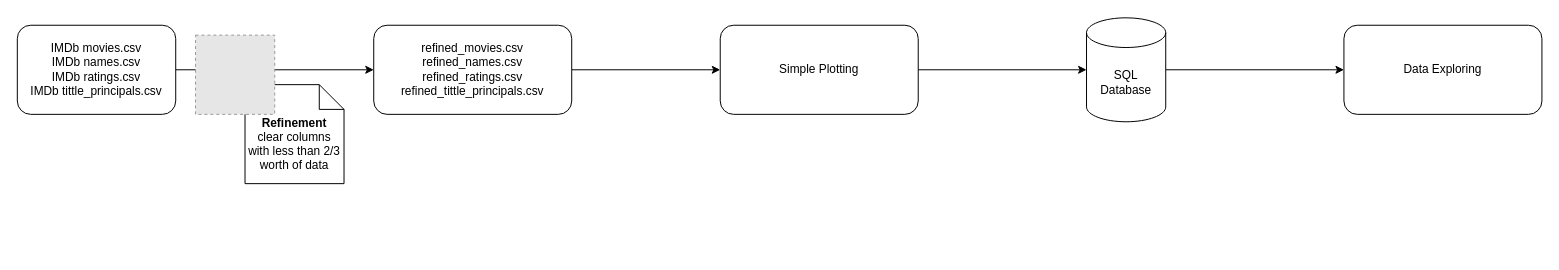
Before: pipeline.drawio in goncaloacteixeira/feup-pri, a draw.io diagram. Source tidied: cells renumbered, new cells numbered last; positions are measured from the earlier drawing's top-left corner, leaving out a move shared by most shapes. Both pictures are drawn from the tidied source at 99%, with x=0, y=0 at pixel (17, 17). Pictures stored in the file or linked from it are replaced by grey dashed boxes.
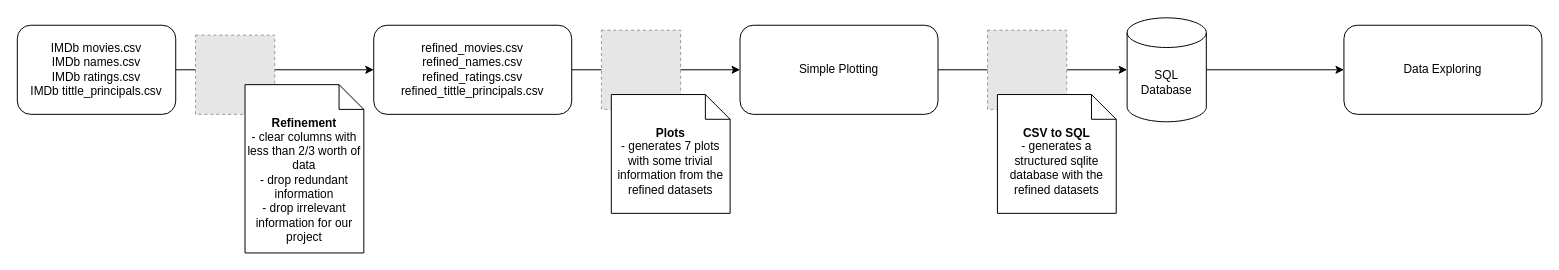
The same page after the edit.

Commit message (it also covers changes not shown here):
added database and pipeline images

Change to the diagram source:
```diff
@@
 <mxGraphModel>
   <root>
     <mxCell id="0" />
     <mxCell id="1" parent="0" />
     <mxCell id="2" style="edgeStyle=orthogonalEdgeStyle;rounded=0;jettySize=auto;html=1;entryX=0;entryY=0.5;entryDx=0;entryDy=0;" parent="1" edge="1" source="3" target="7">
       <mxGeometry relative="1" as="geometry" />
     </mxCell>
     <mxCell id="3" value="IMDb movies.csv&lt;br&gt;IMDb names.csv&lt;br&gt;IMDb ratings.csv&lt;br&gt;IMDb tittle_principals.csv" style="rounded=1;whiteSpace=wrap;html=1;" parent="1" vertex="1">
       <mxGeometry y="8" width="160" height="90" as="geometry" />
     </mxCell>
-    <mxCell id="4" value="&lt;b&gt;Refinement&lt;br&gt;&lt;/b&gt;clear columns with less than 2/3 worth of data" style="shape=note2;boundedLbl=1;whiteSpace=wrap;html=1;size=25;verticalAlign=top;align=center;" parent="1" vertex="1">
-      <mxGeometry x="230" y="68" width="100" height="100" as="geometry" />
-    </mxCell>
     <mxCell id="5" style="fillColor=#E6E6E6;strokeColor=#999999;dashed=1;html=1;verticalAlign=top;verticalLabelPosition=bottom;labelBackgroundColor=#ffffff;" parent="1" vertex="1">
       <mxGeometry x="180" y="18" width="80" height="80" as="geometry" />
     </mxCell>
     <mxCell id="6" style="edgeStyle=orthogonalEdgeStyle;rounded=0;jettySize=auto;html=1;entryX=0;entryY=0.5;entryDx=0;entryDy=0;" parent="1" edge="1" source="7" target="9">
       <mxGeometry relative="1" as="geometry" />
     </mxCell>
     <mxCell id="7" value="refined_movies.csv&lt;br&gt;refined_names.csv&lt;br&gt;refined_ratings.csv&lt;br&gt;refined_tittle_principals.csv" style="rounded=1;whiteSpace=wrap;html=1;" parent="1" vertex="1">
       <mxGeometry x="360" y="8" width="200" height="90" as="geometry" />
     </mxCell>
-    <mxCell id="8" style="edgeStyle=orthogonalEdgeStyle;rounded=0;jettySize=auto;html=1;entryX=0;entryY=0.5;entryDx=0;entryDy=0;entryPerimeter=0;" parent="1" edge="1" source="9" target="11">
+    <mxCell id="8" style="edgeStyle=orthogonalEdgeStyle;rounded=0;jettySize=auto;html=1;entryX=0;entryY=0.5;entryDx=0;entryDy=0;entryPerimeter=0;startArrow=none;" parent="1" edge="1" source="13" target="11">
       <mxGeometry relative="1" as="geometry" />
     </mxCell>
     <mxCell id="9" value="Simple Plotting" style="rounded=1;whiteSpace=wrap;html=1;" parent="1" vertex="1">
-      <mxGeometry x="710" y="8" width="200" height="90" as="geometry" />
+      <mxGeometry x="730" y="8" width="200" height="90" as="geometry" />
     </mxCell>
     <mxCell id="10" style="edgeStyle=orthogonalEdgeStyle;rounded=0;jettySize=auto;html=1;entryX=0;entryY=0.5;entryDx=0;entryDy=0;" parent="1" edge="1" source="11" target="12">
       <mxGeometry relative="1" as="geometry" />
     </mxCell>
     <mxCell id="11" value="SQL Database" style="shape=cylinder3;whiteSpace=wrap;html=1;boundedLbl=1;backgroundOutline=1;size=15;" parent="1" vertex="1">
-      <mxGeometry x="1080" y="0.5" width="80" height="105" as="geometry" />
+      <mxGeometry x="1121" y="0.5" width="80" height="105" as="geometry" />
     </mxCell>
     <mxCell id="12" value="Data Exploring" style="rounded=1;whiteSpace=wrap;html=1;" parent="1" vertex="1">
       <mxGeometry x="1340" y="8" width="200" height="90" as="geometry" />
     </mxCell>
+    <mxCell id="13" style="fillColor=#E6E6E6;strokeColor=#999999;dashed=1;html=1;verticalAlign=top;verticalLabelPosition=bottom;labelBackgroundColor=#ffffff;" parent="1" vertex="1">
+      <mxGeometry x="980" y="13" width="80" height="80" as="geometry" />
+    </mxCell>
+    <mxCell id="14" style="edgeStyle=orthogonalEdgeStyle;rounded=0;jettySize=auto;html=1;entryX=0;entryY=0.5;entryDx=0;entryDy=0;entryPerimeter=0;endArrow=none;" parent="1" edge="1" source="9" target="13">
+      <mxGeometry relative="1" as="geometry" />
+    </mxCell>
+    <mxCell id="15" style="fillColor=#E6E6E6;strokeColor=#999999;dashed=1;html=1;verticalAlign=top;verticalLabelPosition=bottom;labelBackgroundColor=#ffffff;" parent="1" vertex="1">
+      <mxGeometry x="590" y="13" width="80" height="80" as="geometry" />
+    </mxCell>
+    <mxCell id="4" value="&lt;b&gt;Refinement&lt;br&gt;&lt;/b&gt;- clear columns with less than 2/3 worth of data&lt;br&gt;- drop redundant information&lt;br&gt;- drop irrelevant information for our project" style="shape=note2;boundedLbl=1;whiteSpace=wrap;html=1;size=25;verticalAlign=top;align=center;" parent="1" vertex="1">
+      <mxGeometry x="230" y="68" width="120" height="170" as="geometry" />
+    </mxCell>
+    <mxCell id="16" value="&lt;b&gt;Plots&lt;br&gt;&lt;/b&gt;- generates 7 plots with some trivial information from the refined datasets" style="shape=note2;boundedLbl=1;whiteSpace=wrap;html=1;size=25;verticalAlign=top;align=center;" parent="1" vertex="1">
+      <mxGeometry x="600" y="78" width="120" height="120" as="geometry" />
+    </mxCell>
+    <mxCell id="17" value="&lt;b&gt;CSV to SQL&lt;br&gt;&lt;/b&gt;- generates a structured sqlite database with the refined datasets" style="shape=note2;boundedLbl=1;whiteSpace=wrap;html=1;size=25;verticalAlign=top;align=center;" parent="1" vertex="1">
+      <mxGeometry x="990" y="78" width="120" height="120" as="geometry" />
+    </mxCell>
   </root>
 </mxGraphModel>
```
